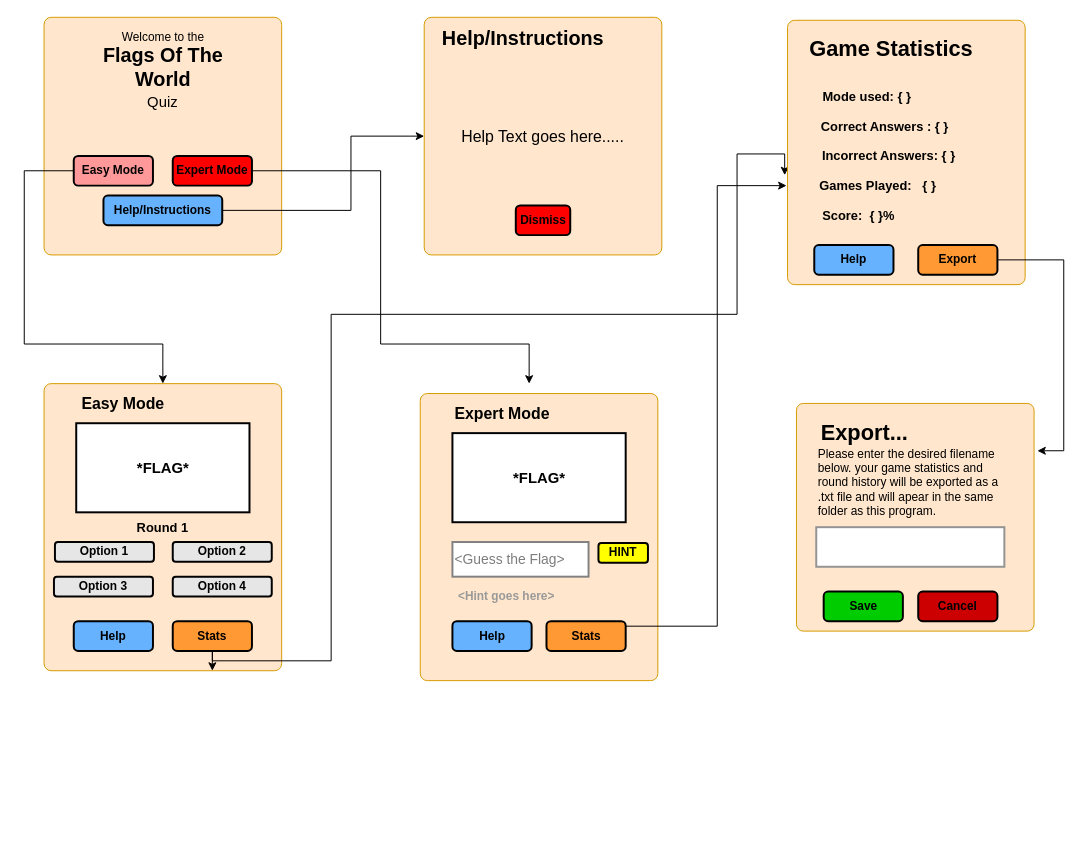
The draw.io diagram flag_quiz_wireframes.drawio in chhabrap71760/Flags_Quiz_Assessment, before the edit. Source tidied: cells renumbered, new cells numbered last; positions are measured from the earlier drawing's top-left corner, leaving out a move shared by most shapes. Both pictures are drawn from the tidied source at 99%, with x=0, y=0 at pixel (24, 17).
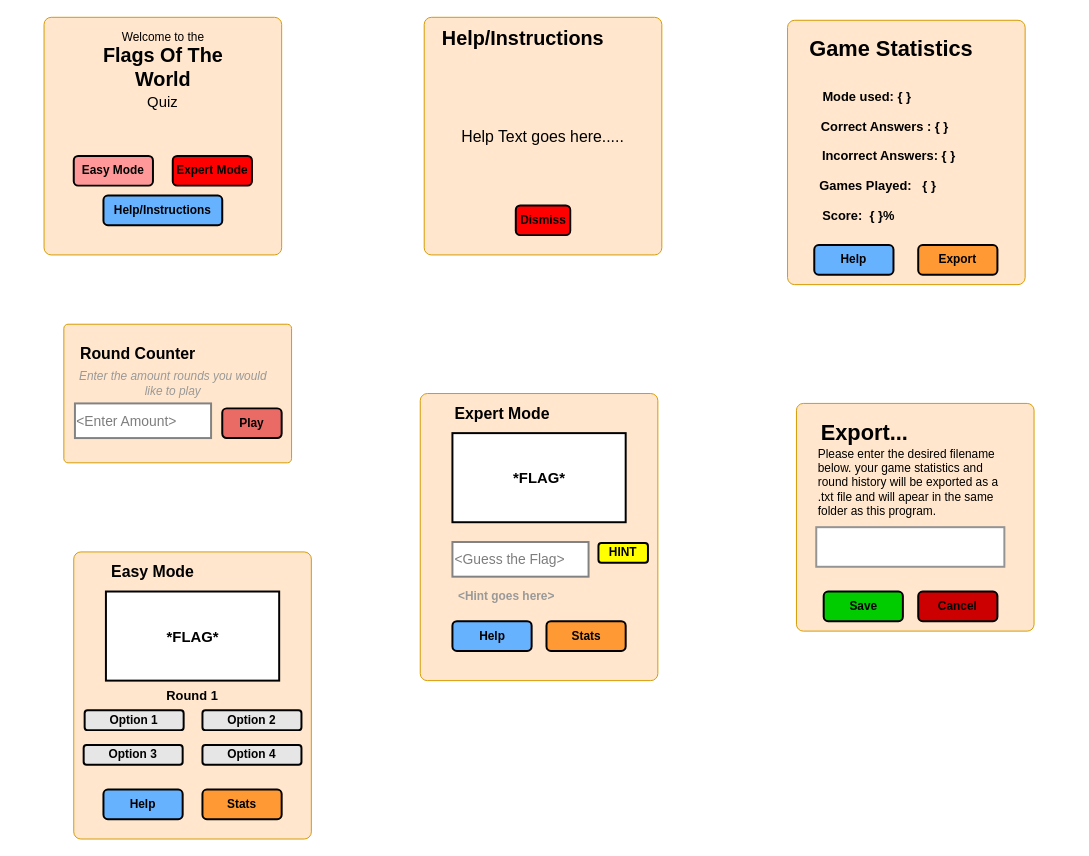
Above is the later version.

Unchanged cells that the change refers to:
```xml
<mxCell id="7" value="&lt;b&gt;Easy Mode&lt;/b&gt;" style="rounded=1;whiteSpace=wrap;html=1;strokeWidth=2;fillColor=#FF9999;" parent="1" vertex="1">
  <mxGeometry x="50" y="140" width="80" height="30" as="geometry" />
</mxCell>
<mxCell id="9" value="&lt;b&gt;Expert Mode&lt;/b&gt;" style="rounded=1;whiteSpace=wrap;html=1;strokeWidth=2;fillColor=#FF0000;" parent="1" vertex="1">
  <mxGeometry x="150" y="140" width="80" height="30" as="geometry" />
</mxCell>
<mxCell id="11" value="&lt;b&gt;Help/Instructions&lt;/b&gt;" style="rounded=1;whiteSpace=wrap;html=1;strokeWidth=2;fillColor=#66B2FF;" parent="1" vertex="1">
  <mxGeometry x="80" y="180" width="120" height="30" as="geometry" />
</mxCell>
<mxCell id="12" value="&lt;font style=&quot;font-size: 16px&quot;&gt;Help Text goes here.....&lt;/font&gt;" style="rounded=1;whiteSpace=wrap;html=1;arcSize=3;strokeColor=#d79b00;fillColor=#ffe6cc;align=center;" parent="1" vertex="1">
  <mxGeometry x="404" width="240" height="240" as="geometry" />
</mxCell>
<mxCell id="32" value="&lt;b&gt;Stats&lt;/b&gt;" style="rounded=1;whiteSpace=wrap;html=1;strokeWidth=2;fillColor=#FF9933;" parent="1" vertex="1">
  <mxGeometry x="527.5" y="610" width="80" height="30" as="geometry" />
</mxCell>
<mxCell id="33" style="rounded=1;whiteSpace=wrap;html=1;arcSize=3;strokeColor=#d79b00;fillColor=#ffe6cc;" parent="1" vertex="1">
  <mxGeometry x="771" y="3" width="240" height="267" as="geometry" />
</mxCell>
<mxCell id="42" value="&lt;b&gt;Export&lt;/b&gt;" style="rounded=1;whiteSpace=wrap;html=1;strokeWidth=2;fillColor=#FF9933;" parent="1" vertex="1">
  <mxGeometry x="903" y="230" width="80" height="30" as="geometry" />
</mxCell>
<mxCell id="43" style="rounded=1;whiteSpace=wrap;html=1;arcSize=3;strokeColor=#d79b00;fillColor=#ffe6cc;" parent="1" vertex="1">
  <mxGeometry x="780" y="390" width="240" height="230" as="geometry" />
</mxCell>
```

Diff of the diagram source:
```diff
@@
-    <mxCell id="6" style="edgeStyle=orthogonalEdgeStyle;rounded=0;jettySize=auto;html=1;entryX=0.5;entryY=0;entryDx=0;entryDy=0;" parent="1" edge="1" source="7" target="15">
-      <mxGeometry relative="1" as="geometry">
-        <Array as="points">
-          <mxPoint y="155" />
-          <mxPoint y="330" />
-          <mxPoint x="140" y="330" />
-        </Array>
-      </mxGeometry>
-    </mxCell>
@@
-    <mxCell id="8" style="edgeStyle=orthogonalEdgeStyle;rounded=0;jettySize=auto;html=1;" parent="1" edge="1" source="9">
-      <mxGeometry relative="1" as="geometry">
-        <mxPoint x="510" y="370" as="targetPoint" />
-        <Array as="points">
-          <mxPoint x="360" y="155" />
-          <mxPoint x="360" y="330" />
-        </Array>
-      </mxGeometry>
-    </mxCell>
@@
-    <mxCell id="10" style="edgeStyle=orthogonalEdgeStyle;rounded=0;jettySize=auto;html=1;entryX=0;entryY=0.5;entryDx=0;entryDy=0;" parent="1" edge="1" source="11" target="12">
-      <mxGeometry relative="1" as="geometry">
-        <Array as="points">
-          <mxPoint x="330" y="195" />
-          <mxPoint x="330" y="120" />
-        </Array>
-      </mxGeometry>
-    </mxCell>
@@
     <mxCell id="15" style="rounded=1;whiteSpace=wrap;html=1;arcSize=3;strokeColor=#d79b00;fillColor=#ffe6cc;" parent="1" vertex="1">
-      <mxGeometry x="20" y="370" width="240" height="290" as="geometry" />
+      <mxGeometry x="50" y="540" width="240" height="290" as="geometry" />
     </mxCell>
     <mxCell id="16" value="&lt;b&gt;&lt;font style=&quot;font-size: 15px&quot;&gt;*FLAG*&lt;/font&gt;&lt;/b&gt;" style="rounded=1;whiteSpace=wrap;html=1;strokeWidth=2;arcSize=0;" parent="1" vertex="1">
-      <mxGeometry x="52.5" y="410" width="175" height="90" as="geometry" />
+      <mxGeometry x="82.5" y="580" width="175" height="90" as="geometry" />
     </mxCell>
     <mxCell id="17" value="&lt;b&gt;Option 1&lt;/b&gt;" style="rounded=1;whiteSpace=wrap;html=1;strokeWidth=2;fillColor=#E6E6E6;" parent="1" vertex="1">
-      <mxGeometry x="31" y="530" width="100" height="20" as="geometry" />
+      <mxGeometry x="61" y="700" width="100" height="20" as="geometry" />
     </mxCell>
     <mxCell id="18" value="&lt;b&gt;Option 2&lt;/b&gt;" style="rounded=1;whiteSpace=wrap;html=1;strokeWidth=2;fillColor=#E6E6E6;" parent="1" vertex="1">
-      <mxGeometry x="150" y="530" width="100" height="20" as="geometry" />
+      <mxGeometry x="180" y="700" width="100" height="20" as="geometry" />
     </mxCell>
     <mxCell id="19" value="&lt;b&gt;Option 3&lt;/b&gt;" style="rounded=1;whiteSpace=wrap;html=1;strokeWidth=2;fillColor=#E6E6E6;" parent="1" vertex="1">
-      <mxGeometry x="30" y="565" width="100" height="20" as="geometry" />
+      <mxGeometry x="60" y="735" width="100" height="20" as="geometry" />
     </mxCell>
     <mxCell id="20" value="&lt;b&gt;Option 4&lt;/b&gt;" style="rounded=1;whiteSpace=wrap;html=1;strokeWidth=2;fillColor=#E6E6E6;" parent="1" vertex="1">
-      <mxGeometry x="150" y="565" width="100" height="20" as="geometry" />
+      <mxGeometry x="180" y="735" width="100" height="20" as="geometry" />
     </mxCell>
     <mxCell id="21" value="&lt;b&gt;Help&lt;/b&gt;" style="rounded=1;whiteSpace=wrap;html=1;strokeWidth=2;fillColor=#66B2FF;" parent="1" vertex="1">
-      <mxGeometry x="50" y="610" width="80" height="30" as="geometry" />
+      <mxGeometry x="80" y="780" width="80" height="30" as="geometry" />
     </mxCell>
-    <mxCell id="22" style="edgeStyle=orthogonalEdgeStyle;rounded=0;jettySize=auto;html=1;entryX=-0.012;entryY=0.586;entryDx=0;entryDy=0;entryPerimeter=0;" parent="1" edge="1" source="24" target="33">
-      <mxGeometry relative="1" as="geometry">
-        <Array as="points">
-          <mxPoint x="310" y="650" />
-          <mxPoint x="310" y="300" />
-          <mxPoint x="720" y="300" />
-          <mxPoint x="720" y="138" />
-        </Array>
-      </mxGeometry>
-    </mxCell>
-    <mxCell id="23" style="edgeStyle=orthogonalEdgeStyle;rounded=0;jettySize=auto;html=1;exitX=0.5;exitY=1;exitDx=0;exitDy=0;" parent="1" edge="1" source="24" target="15">
-      <mxGeometry relative="1" as="geometry">
-        <Array as="points">
-          <mxPoint x="190" y="660" />
-          <mxPoint x="190" y="660" />
-        </Array>
-      </mxGeometry>
-    </mxCell>
     <mxCell id="24" value="&lt;b&gt;Stats&lt;/b&gt;" style="rounded=1;whiteSpace=wrap;html=1;strokeWidth=2;fillColor=#FF9933;" parent="1" vertex="1">
-      <mxGeometry x="150" y="610" width="80" height="30" as="geometry" />
+      <mxGeometry x="180" y="780" width="80" height="30" as="geometry" />
     </mxCell>
     <mxCell id="25" value="&lt;b&gt;&lt;font style=&quot;font-size: 16px&quot;&gt;Easy Mode&lt;/font&gt;&lt;/b&gt;" style="text;html=1;strokeColor=none;fillColor=none;align=center;verticalAlign=middle;whiteSpace=wrap;rounded=0;" parent="1" vertex="1">
-      <mxGeometry x="50" y="380" width="100" height="20" as="geometry" />
+      <mxGeometry x="80" y="550" width="100" height="20" as="geometry" />
     </mxCell>
@@
-    <mxCell id="31" style="edgeStyle=orthogonalEdgeStyle;rounded=0;jettySize=auto;html=1;" parent="1" edge="1" source="32">
-      <mxGeometry relative="1" as="geometry">
-        <mxPoint x="770" y="170" as="targetPoint" />
-        <Array as="points">
-          <mxPoint x="700" y="615" />
-          <mxPoint x="700" y="170" />
-        </Array>
-      </mxGeometry>
-    </mxCell>
@@
-    <mxCell id="41" style="edgeStyle=orthogonalEdgeStyle;rounded=0;jettySize=auto;html=1;entryX=1.014;entryY=0.208;entryDx=0;entryDy=0;entryPerimeter=0;" parent="1" edge="1" source="42" target="43">
-      <mxGeometry relative="1" as="geometry">
-        <Array as="points">
-          <mxPoint x="1050" y="245" />
-          <mxPoint x="1050" y="438" />
-        </Array>
-      </mxGeometry>
-    </mxCell>
@@
     <mxCell id="52" value="&lt;b&gt;&lt;font style=&quot;font-size: 13px&quot;&gt;Round 1&lt;/font&gt;&lt;/b&gt;" style="text;html=1;strokeColor=none;fillColor=none;align=center;verticalAlign=middle;whiteSpace=wrap;rounded=0;" parent="1" vertex="1">
-      <mxGeometry x="110" y="505" width="60" height="20" as="geometry" />
+      <mxGeometry x="140" y="675" width="60" height="20" as="geometry" />
     </mxCell>
+    <mxCell id="53" style="rounded=1;whiteSpace=wrap;html=1;arcSize=3;strokeColor=#d79b00;fillColor=#FFE6CC;" parent="1" vertex="1">
+      <mxGeometry x="40" y="310" width="230" height="140" as="geometry" />
+    </mxCell>
+    <mxCell id="54" value="&lt;span style=&quot;font-size: 16px&quot;&gt;&lt;b&gt;Round Counter&lt;/b&gt;&lt;/span&gt;" style="text;html=1;strokeColor=none;fillColor=none;align=center;verticalAlign=middle;whiteSpace=wrap;rounded=0;" parent="1" vertex="1">
+      <mxGeometry x="50" y="330" width="130" height="20" as="geometry" />
+    </mxCell>
+    <mxCell id="55" value="&lt;span style=&quot;color: rgb(125 , 125 , 125) ; font-size: 14px&quot;&gt;&amp;lt;Enter Amount&amp;gt;&lt;/span&gt;" style="rounded=1;whiteSpace=wrap;html=1;strokeWidth=2;align=left;arcSize=0;strokeColor=#828282;" parent="1" vertex="1">
+      <mxGeometry x="51.2" y="390" width="137.5" height="35" as="geometry" />
+    </mxCell>
+    <mxCell id="56" value="&lt;b&gt;Play&lt;/b&gt;" style="rounded=1;whiteSpace=wrap;html=1;strokeWidth=2;fillColor=#EA6B66;" parent="1" vertex="1">
+      <mxGeometry x="200" y="395" width="60" height="30" as="geometry" />
+    </mxCell>
+    <mxCell id="57" value="&lt;i&gt;&lt;font color=&quot;#999999&quot;&gt;Enter the amount rounds you would like to play&lt;/font&gt;&lt;/i&gt;" style="text;html=1;strokeColor=none;fillColor=none;align=center;verticalAlign=middle;whiteSpace=wrap;rounded=0;" parent="1" vertex="1">
+      <mxGeometry x="51.2" y="360" width="198.8" height="20" as="geometry" />
+    </mxCell>
```
